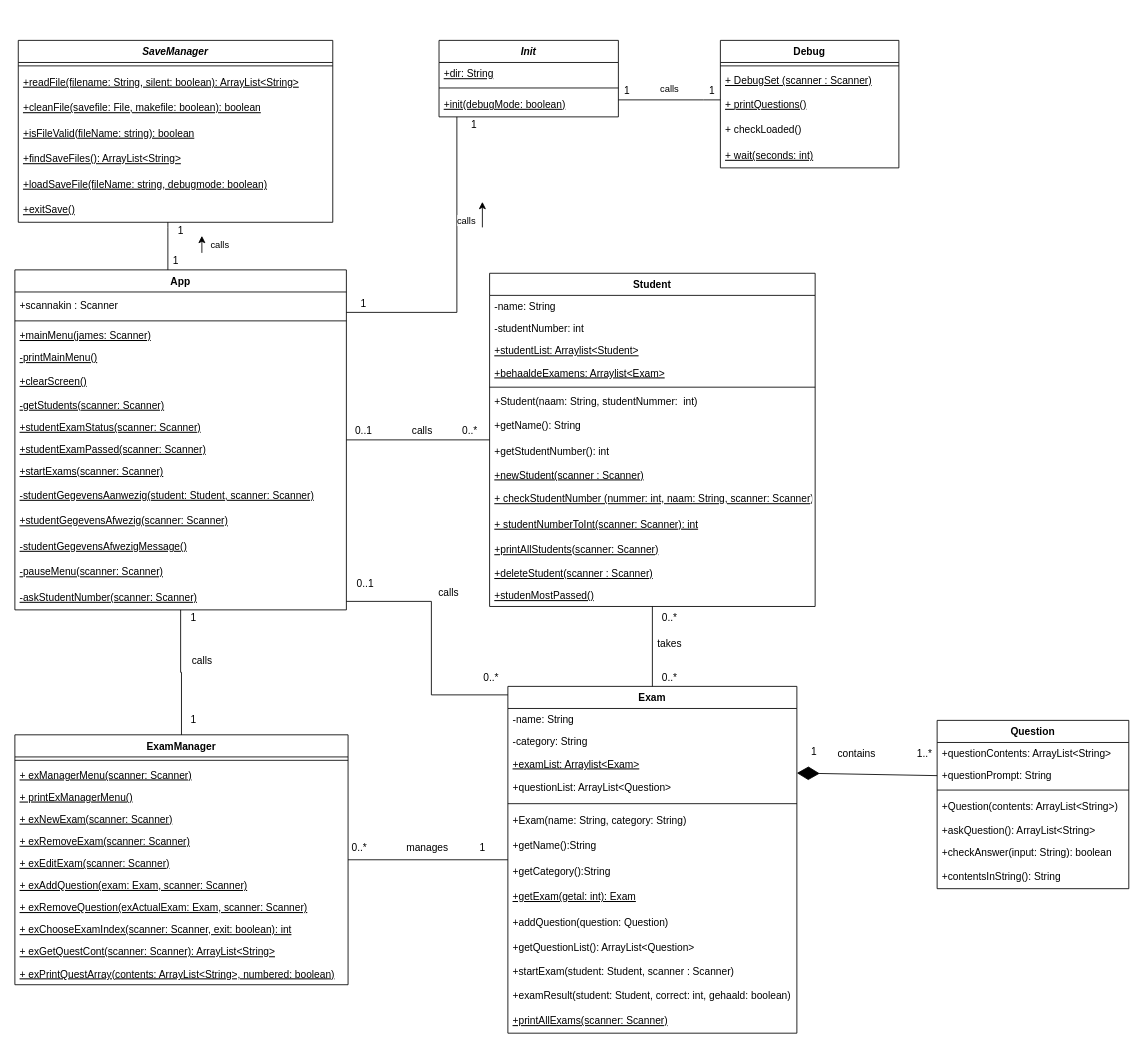
This is UML.drawio from Studeeric/proj1, a draw.io file, before an edit. Source tidied: cells renumbered, new cells numbered last; positions are measured from the earlier drawing's top-left corner, leaving out a move shared by most shapes. Both pictures are drawn from the tidied source at 85%, with x=0, y=0 at pixel (14, 40).
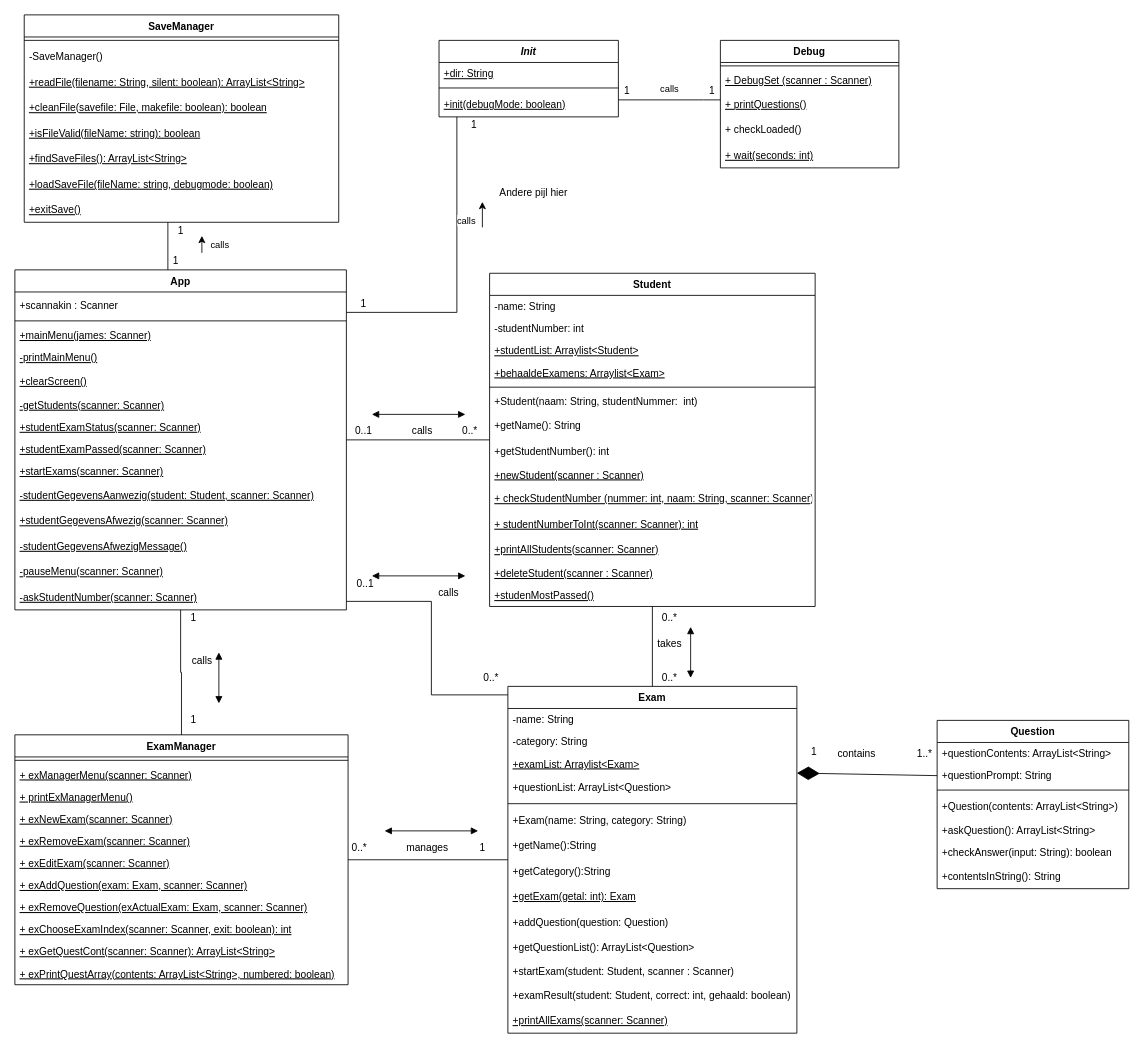
The same diagram, later.

What changed in the source:
```diff
@@
-    <mxCell id="55" value="SaveManager" style="swimlane;fontStyle=3;align=center;verticalAlign=top;horizontal=1;startSize=26;" parent="1" vertex="1">
-      <mxGeometry x="4" width="370" height="214" as="geometry" />
+    <mxCell id="55" value="SaveManager" style="swimlane;fontStyle=1;align=center;verticalAlign=top;horizontal=1;startSize=26;" parent="1" vertex="1">
+      <mxGeometry x="11" y="-30" width="370" height="244" as="geometry" />
     </mxCell>
@@
+    <mxCell id="123" value="-SaveManager()" style="text;strokeColor=none;fillColor=none;align=left;verticalAlign=middle;spacingLeft=4;spacingRight=4;overflow=hidden;" parent="55" vertex="1">
+      <mxGeometry y="34" width="370" height="30" as="geometry" />
+    </mxCell>
     <mxCell id="57" value="+readFile(filename: String, silent: boolean): ArrayList&lt;String&gt;" style="text;strokeColor=none;fillColor=none;align=left;verticalAlign=middle;spacingLeft=4;spacingRight=4;overflow=hidden;fontStyle=4;" parent="55" vertex="1">
-      <mxGeometry y="34" width="370" height="30" as="geometry" />
+      <mxGeometry y="64" width="370" height="30" as="geometry" />
     </mxCell>
     <mxCell id="58" value="+cleanFile(savefile: File, makefile: boolean): boolean" style="text;strokeColor=none;fillColor=none;align=left;verticalAlign=middle;spacingLeft=4;spacingRight=4;overflow=hidden;fontStyle=4;" parent="55" vertex="1">
-      <mxGeometry y="64" width="370" height="30" as="geometry" />
+      <mxGeometry y="94" width="370" height="30" as="geometry" />
     </mxCell>
     <mxCell id="59" value="+isFileValid(fileName: string): boolean" style="text;strokeColor=none;fillColor=none;align=left;verticalAlign=middle;spacingLeft=4;spacingRight=4;overflow=hidden;fontStyle=4;" parent="55" vertex="1">
-      <mxGeometry y="94" width="370" height="30" as="geometry" />
+      <mxGeometry y="124" width="370" height="30" as="geometry" />
     </mxCell>
     <mxCell id="60" value="+findSaveFiles(): ArrayList&lt;String&gt;" style="text;strokeColor=none;fillColor=none;align=left;verticalAlign=middle;spacingLeft=4;spacingRight=4;overflow=hidden;fontStyle=4;" parent="55" vertex="1">
-      <mxGeometry y="124" width="370" height="30" as="geometry" />
+      <mxGeometry y="154" width="370" height="30" as="geometry" />
     </mxCell>
     <mxCell id="61" value="+loadSaveFile(fileName: string, debugmode: boolean)" style="text;strokeColor=none;fillColor=none;align=left;verticalAlign=middle;spacingLeft=4;spacingRight=4;overflow=hidden;fontStyle=4;" parent="55" vertex="1">
-      <mxGeometry y="154" width="370" height="30" as="geometry" />
+      <mxGeometry y="184" width="370" height="30" as="geometry" />
     </mxCell>
     <mxCell id="62" value="+exitSave()" style="text;strokeColor=none;fillColor=none;align=left;verticalAlign=middle;spacingLeft=4;spacingRight=4;overflow=hidden;fontStyle=4;" parent="55" vertex="1">
-      <mxGeometry y="184" width="370" height="30" as="geometry" />
+      <mxGeometry y="214" width="370" height="30" as="geometry" />
     </mxCell>
@@
+    <mxCell id="124" value="Andere pijl hier" style="text;html=1;align=center;verticalAlign=middle;strokeColor=none;fillColor=none;" parent="1" vertex="1">
+      <mxGeometry x="560" y="170" width="100" height="20" as="geometry" />
+    </mxCell>
+    <mxCell id="125" style="endArrow=block;startArrow=block;endFill=1;startFill=1;html=1;rounded=0;" parent="1" edge="1">
+      <mxGeometry relative="1" as="geometry">
+        <mxPoint x="420" y="440" as="sourcePoint" />
+        <mxPoint x="530" y="440" as="targetPoint" />
+      </mxGeometry>
+    </mxCell>
+    <mxCell id="126" style="endArrow=block;startArrow=block;endFill=1;startFill=1;html=1;rounded=0;" parent="1" edge="1">
+      <mxGeometry relative="1" as="geometry">
+        <mxPoint x="420" y="630" as="sourcePoint" />
+        <mxPoint x="530" y="630" as="targetPoint" />
+      </mxGeometry>
+    </mxCell>
+    <mxCell id="127" style="endArrow=block;startArrow=block;endFill=1;startFill=1;html=1;rounded=0;" parent="1" edge="1">
+      <mxGeometry relative="1" as="geometry">
+        <mxPoint x="435" y="930" as="sourcePoint" />
+        <mxPoint x="545" y="930" as="targetPoint" />
+      </mxGeometry>
+    </mxCell>
+    <mxCell id="128" style="endArrow=block;startArrow=block;endFill=1;startFill=1;html=1;rounded=0;" parent="1" edge="1">
+      <mxGeometry relative="1" as="geometry">
+        <mxPoint x="795" y="750" as="sourcePoint" />
+        <mxPoint x="795" y="690" as="targetPoint" />
+      </mxGeometry>
+    </mxCell>
+    <mxCell id="129" style="endArrow=block;startArrow=block;endFill=1;startFill=1;html=1;rounded=0;" parent="1" edge="1">
+      <mxGeometry relative="1" as="geometry">
+        <mxPoint x="240" y="780" as="sourcePoint" />
+        <mxPoint x="240" y="720" as="targetPoint" />
+      </mxGeometry>
+    </mxCell>
```
